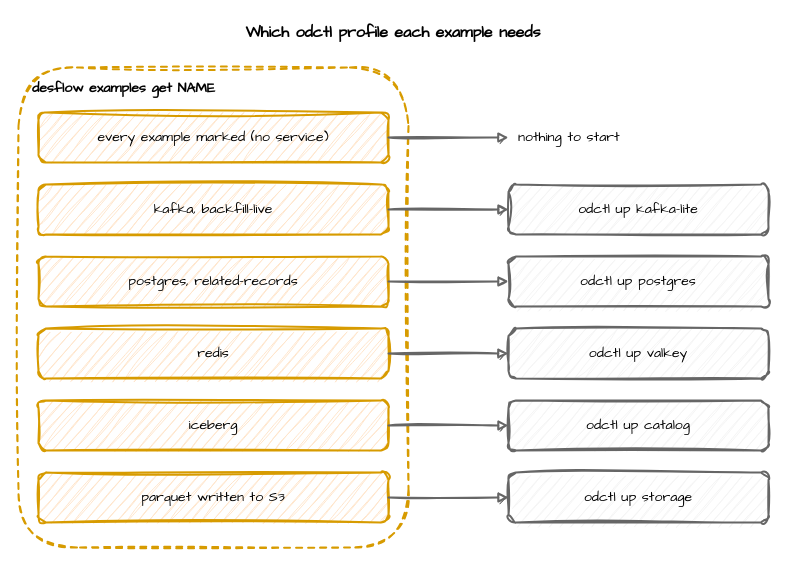
Earlier version of the draw.io diagram docs/assets/diagrams/example-infrastructure.drawio (jaehyeon-kim/desflow). Source tidied: cells renumbered, new cells numbered last; positions are measured from the earlier drawing's top-left corner, leaving out a move shared by most shapes. Both pictures are drawn from the tidied source at 100%, with x=0, y=0 at pixel (18, 17).
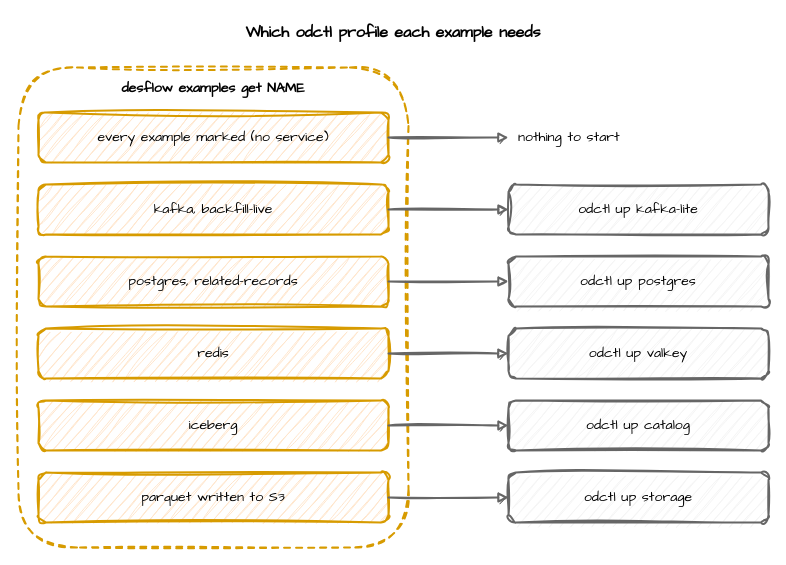
After the change.

Change to the diagram source:
```diff
@@
-    <mxCell id="3" value="desflow examples get NAME" style="rounded=1;whiteSpace=wrap;html=1;sketch=1;curveFitting=1;jiggle=2;fontFamily=Comic Sans MS;fontSize=14;fillColor=none;strokeColor=#d79b00;strokeWidth=2;dashed=1;verticalAlign=top;align=left;spacingLeft=12;spacingTop=6;fontStyle=1;" parent="1" vertex="1">
+    <mxCell id="3" value="desflow examples get NAME" style="rounded=1;whiteSpace=wrap;html=1;sketch=1;curveFitting=1;jiggle=2;fontFamily=Comic Sans MS;fontSize=14;fillColor=none;strokeColor=#d79b00;strokeWidth=2;dashed=1;verticalAlign=top;align=center;spacingTop=6;fontStyle=1;" parent="1" vertex="1">
       <mxGeometry y="50" width="390" height="480" as="geometry" />
     </mxCell>
```
